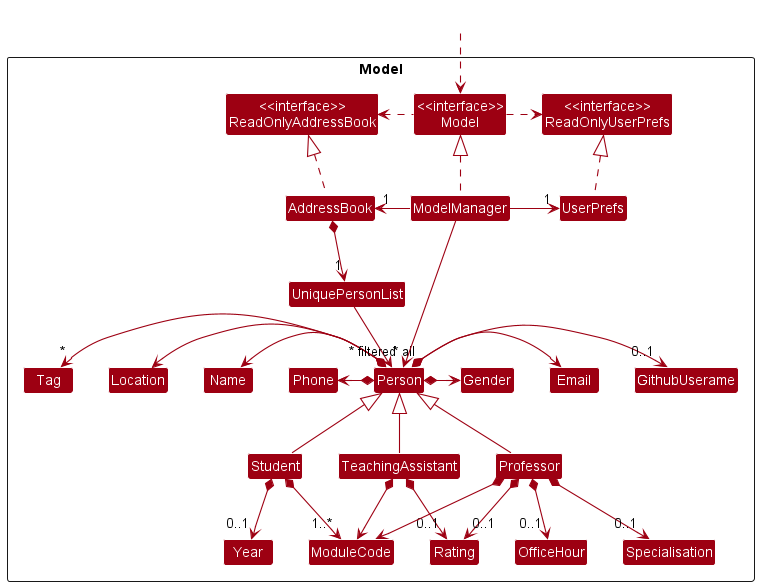
Earlier version of the PlantUML export docs/images/ModelClassDiagram.png (nus-cs2103-AY2223S1/tp).
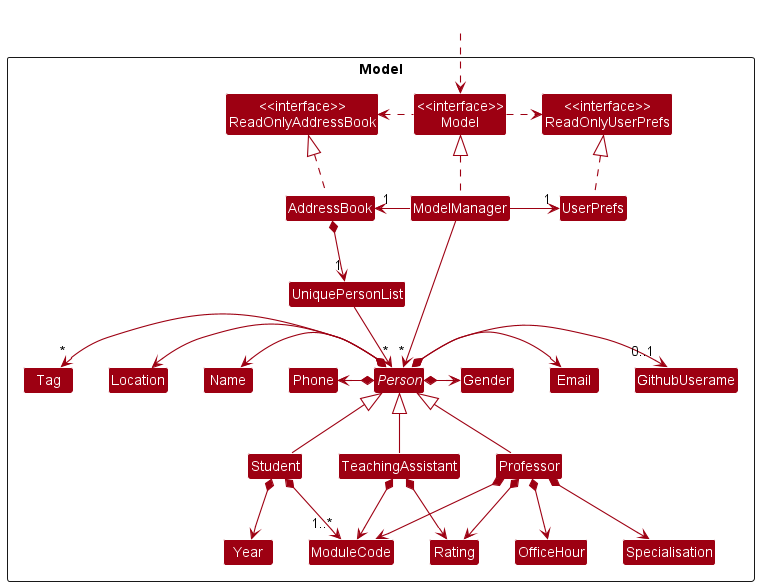
The same diagram one commit later.

Change to the diagram source:
```diff
@@ -13,7 +13,7 @@
 Class UserPrefs
 
 Class UniquePersonList
-Class Person
+abstract Class Person
 Class GithubUserame
 Class Email
 Class Name
@@ -44,7 +44,7 @@
 UserPrefs .up.|> ReadOnlyUserPrefs
 
 AddressBook *--> "1" UniquePersonList
-UniquePersonList --> "~* all" Person
+UniquePersonList --> "~*" Person
 Person *-left-> Name
 Person *-left-> Phone
 Person *-right-> Email
@@ -55,11 +55,11 @@
 Person <|-- Student
 Person <|-- Professor
 Person <|-- TeachingAssistant
-Student *--> "0..1" Year
-Professor *--> "0..1" Rating
-Professor *--> "0..1" OfficeHour
-Professor *--> "0..1" Specialisation
-TeachingAssistant *--> "0..1" Rating
+Student *--> Year
+Professor *--> Rating
+Professor *--> OfficeHour
+Professor *--> Specialisation
+TeachingAssistant *--> Rating
 Professor *--> ModuleCode
 Student *--> "1..*" ModuleCode
 TeachingAssistant *--> ModuleCode
@@ -68,5 +68,5 @@
 Student -[hidden]left-> TeachingAssistant
 Email -[hidden]right-> GithubUserame
 
-ModelManager -->"~* filtered" Person
+ModelManager -->"~*" Person
 @enduml
```
